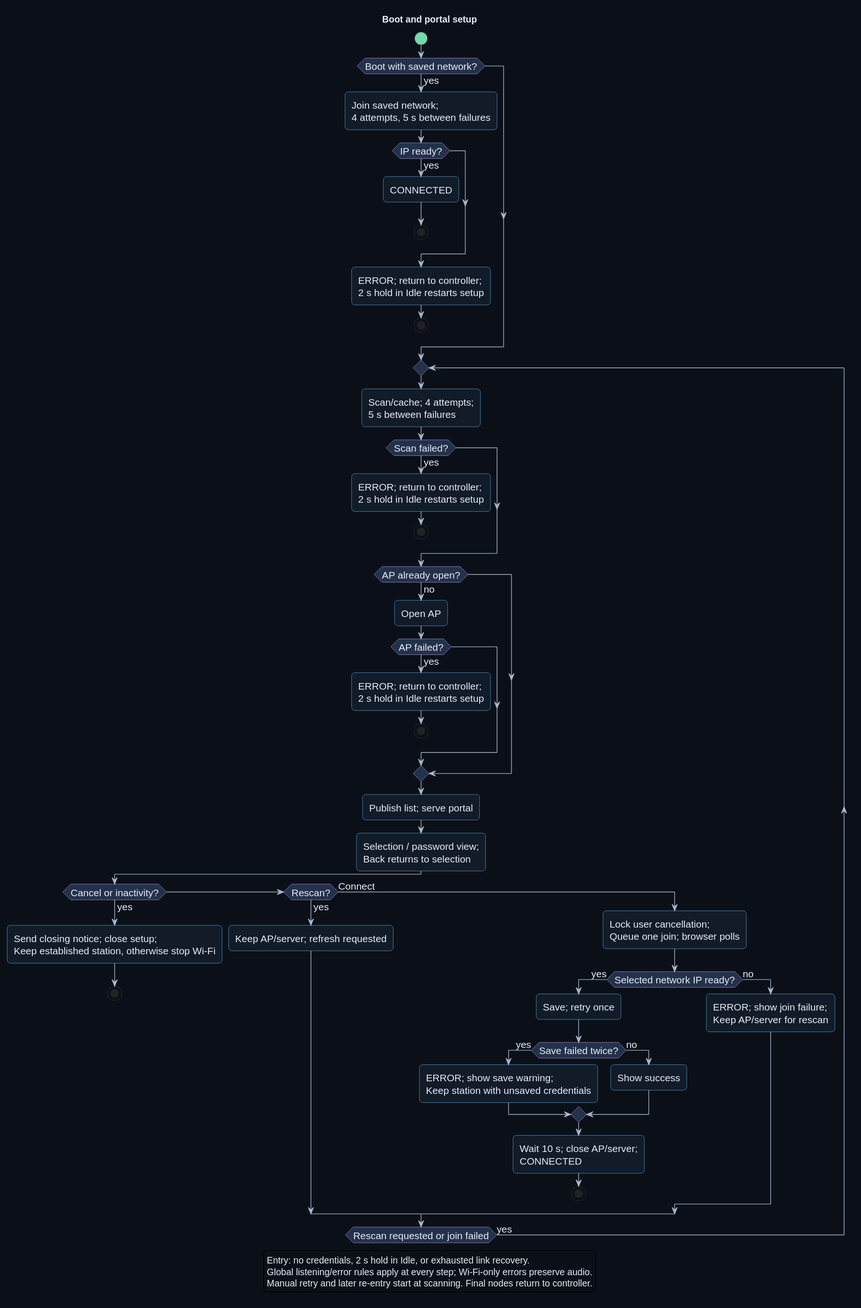
DemonicPsychoII/DigitalStethoscope keeps this PlantUML diagram as Development/system/architecture/rendered/wifi_flow.svg. Above is the earlier version.
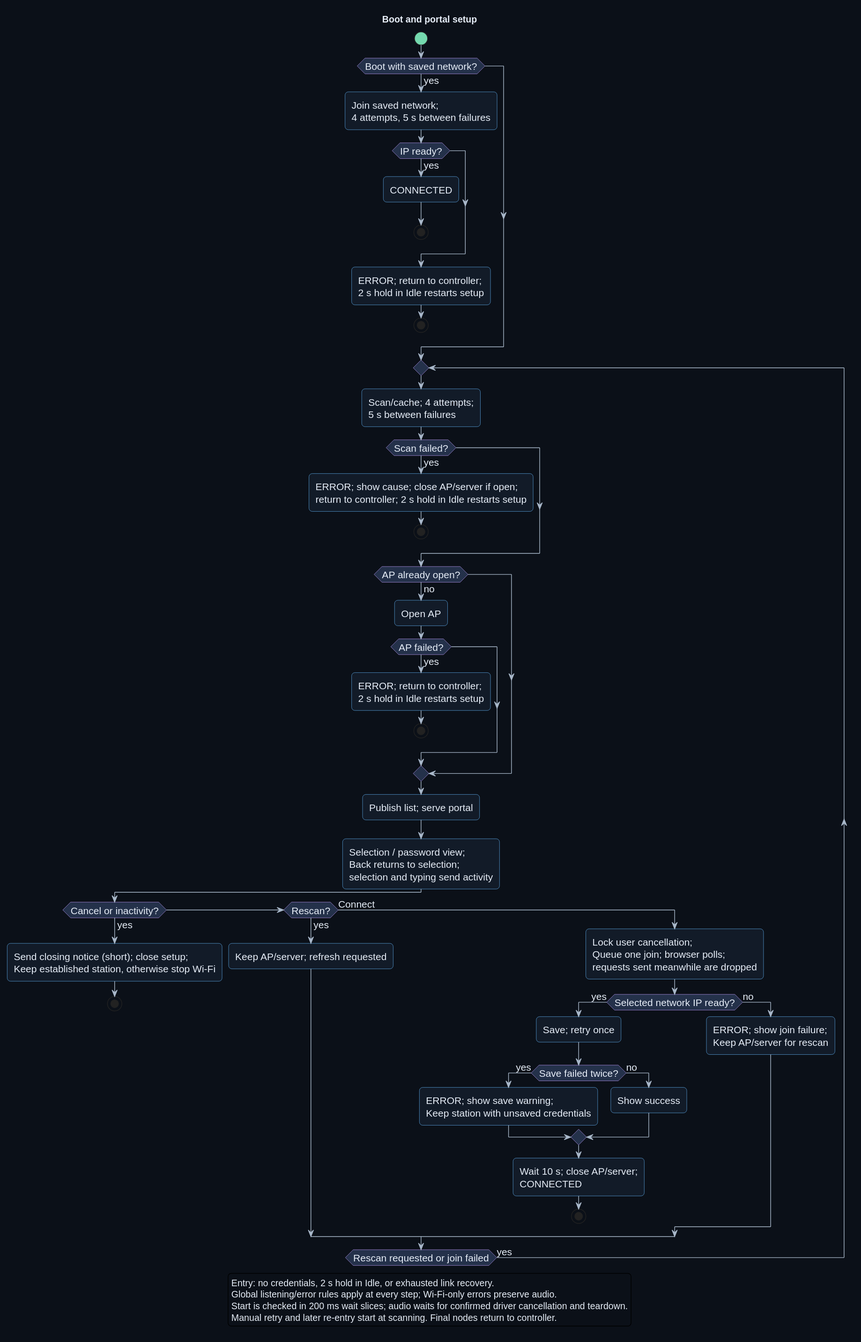
The same diagram one commit later.

Diff of the diagram source:
```diff
@@ -37,7 +37,7 @@
 repeat
  :Scan/cache; 4 attempts;\n5 s between failures;
  if (Scan failed?) then (yes)
-  :ERROR; return to controller;\n2 s hold in Idle restarts setup;
+  :ERROR; show cause; close AP/server if open;\nreturn to controller; 2 s hold in Idle restarts setup;
   stop
  endif
  if (AP already open?) then (no)
@@ -48,14 +48,14 @@
   endif
  endif
  :Publish list; serve portal;
- :Selection / password view;\nBack returns to selection;
+ :Selection / password view;\nBack returns to selection;\nselection and typing send activity;
  if (Cancel or inactivity?) then (yes)
-  :Send closing notice; close setup;\nKeep established station, otherwise stop Wi-Fi;
+  :Send closing notice (short); close setup;\nKeep established station, otherwise stop Wi-Fi;
   stop
  elseif (Rescan?) then (yes)
   :Keep AP/server; refresh requested;
  else (Connect)
-  :Lock user cancellation;\nQueue one join; browser polls;
+  :Lock user cancellation;\nQueue one join; browser polls;\nrequests sent meanwhile are dropped;
   if (Selected network IP ready?) then (yes)
    :Save; retry once;
    if (Save failed twice?) then (yes)
@@ -73,6 +73,7 @@
 legend bottom
  Entry: no credentials, 2 s hold in Idle, or exhausted link recovery.
  Global listening/error rules apply at every step; Wi-Fi-only errors preserve audio.
+ Start is checked in 200 ms wait slices; audio waits for confirmed driver cancellation and teardown.
  Manual retry and later re-entry start at scanning. Final nodes return to controller.
 endlegend
 @enduml
```
